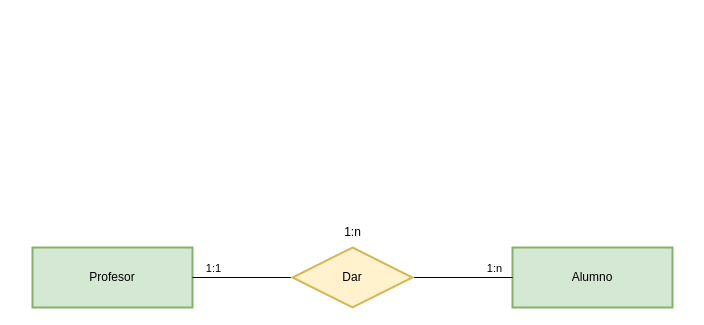
This is page "Ej1" (1 of 9) of Tareas/Tarea2/Ejercicio1.drawio from JuanManuelMM/Base-Datos, a draw.io file, before an edit. Source tidied: cells renumbered, new cells numbered last; positions are measured from the earlier drawing's top-left corner, leaving out a move shared by most shapes. Both pictures are drawn from the tidied source at 100%, with x=0, y=0 at pixel (32, 217).
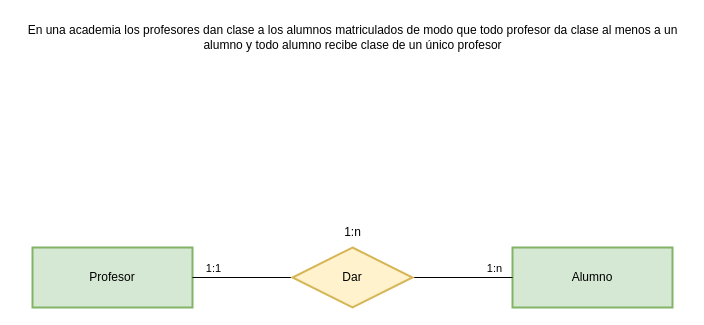
After the change.

The edit, as a diff of the source:
```diff
@@
 <mxGraphModel>
   <root>
     <mxCell id="0" />
     <mxCell id="1" parent="0" />
     <mxCell id="2" value="Profesor" style="rounded=0;whiteSpace=wrap;html=1;fillColor=#d5e8d4;strokeColor=#82b366;strokeWidth=2;" parent="1" vertex="1">
       <mxGeometry y="30" width="160" height="60" as="geometry" />
     </mxCell>
     <mxCell id="3" value="Alumno" style="rounded=0;whiteSpace=wrap;html=1;fillColor=#d5e8d4;strokeColor=#82b366;strokeWidth=2;" parent="1" vertex="1">
       <mxGeometry x="480" y="30" width="160" height="60" as="geometry" />
     </mxCell>
     <mxCell id="4" style="endArrow=none;html=1;rounded=0;exitX=1;exitY=0.5;exitDx=0;exitDy=0;entryX=0;entryY=0.5;entryDx=0;entryDy=0;" parent="1" edge="1" source="2" target="8">
       <mxGeometry relative="1" as="geometry" />
     </mxCell>
     <mxCell id="5" value="&lt;div&gt;1:1&lt;/div&gt;" style="edgeLabel;html=1;align=center;verticalAlign=middle;" parent="4" vertex="1">
       <mxGeometry x="-0.12" y="2" relative="1" as="geometry">
         <mxPoint x="-24" y="-8" as="offset" />
       </mxGeometry>
     </mxCell>
     <mxCell id="6" style="endArrow=none;html=1;rounded=0;entryX=0;entryY=0.5;entryDx=0;entryDy=0;exitX=1;exitY=0.5;exitDx=0;exitDy=0;" parent="1" edge="1" source="8" target="3">
       <mxGeometry relative="1" as="geometry" />
     </mxCell>
     <mxCell id="7" value="&lt;div&gt;1:n&lt;/div&gt;" style="edgeLabel;html=1;align=center;verticalAlign=middle;" parent="6" vertex="1">
       <mxGeometry x="0.19" y="1" relative="1" as="geometry">
         <mxPoint x="21" y="-9" as="offset" />
       </mxGeometry>
     </mxCell>
     <mxCell id="8" value="Dar" style="shape=rhombus;perimeter=rhombusPerimeter;whiteSpace=wrap;html=1;align=center;strokeWidth=2;fillColor=#fff2cc;strokeColor=#d6b656;" parent="1" vertex="1">
       <mxGeometry x="260" y="30" width="120" height="60" as="geometry" />
     </mxCell>
     <mxCell id="9" value="1:n" style="text;html=1;align=center;verticalAlign=middle;strokeColor=none;fillColor=none;" parent="1" vertex="1">
       <mxGeometry x="300" width="40" height="30" as="geometry" />
     </mxCell>
+    <mxCell id="10" value="En una academia los profesores dan clase a los alumnos matriculados de modo que todo profesor da clase al menos a un &lt;br&gt;alumno y todo alumno recibe clase de un único profesor" style="text;html=1;align=center;verticalAlign=middle;strokeColor=none;fillColor=none;" parent="1" vertex="1">
+      <mxGeometry x="-15" y="-200" width="670" height="40" as="geometry" />
+    </mxCell>
   </root>
 </mxGraphModel>
```
